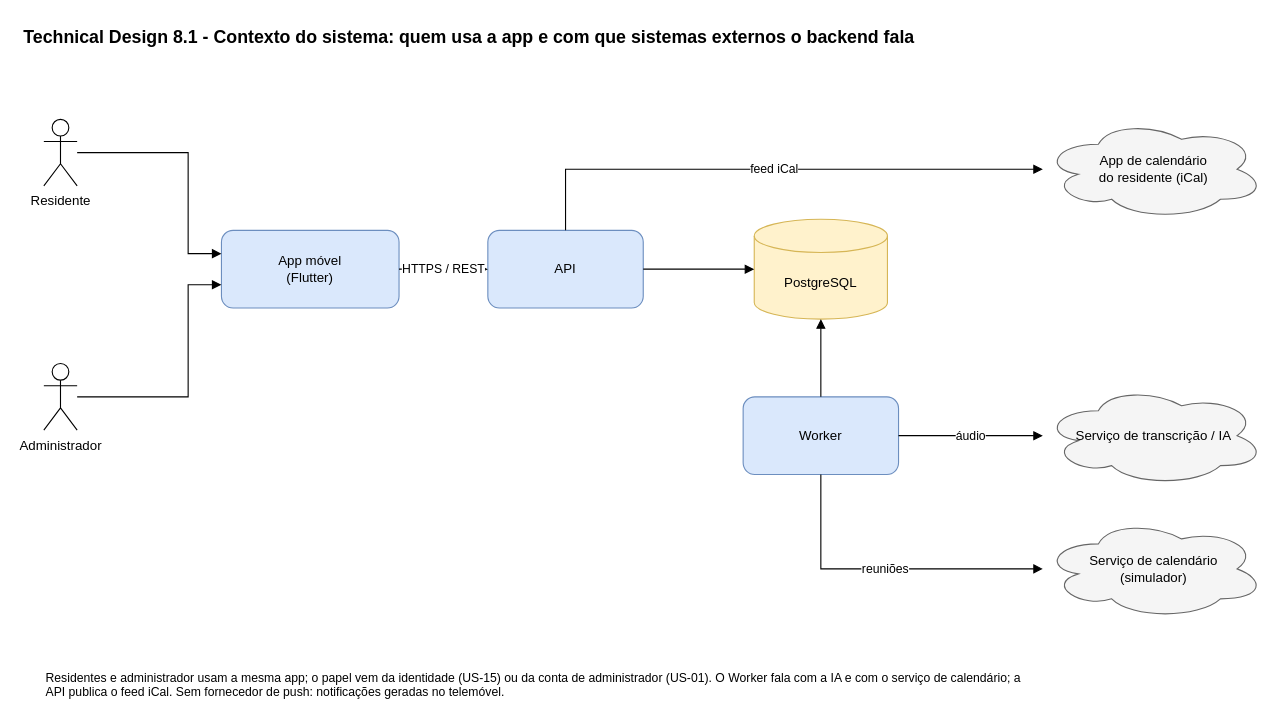
The draw.io diagram page "1. Contexto do sistema" (1 of 5) of docs/sprintA/technical-design.drawio in LMNSdev/LABDSOF_DOMUSCAST, before the edit. Source tidied: cells renumbered, new cells numbered last; positions are measured from the earlier drawing's top-left corner, leaving out a move shared by most shapes. Both pictures are drawn from the tidied source at 111%, with x=0, y=0 at pixel (21, 19).
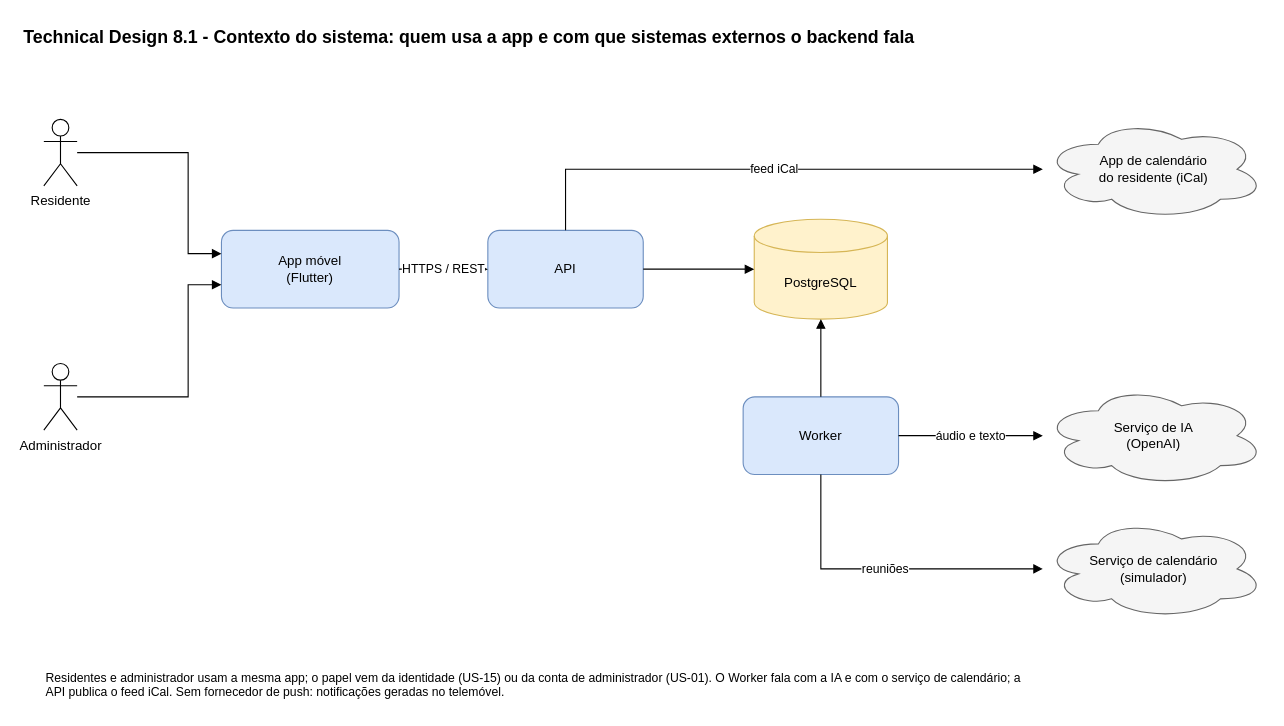
The same diagram, later.

Unchanged cells that the change refers to:
```xml
<mxCell id="8" value="Worker" style="rounded=1;whiteSpace=wrap;html=1;fillColor=#dae8fc;strokeColor=#6c8ebf;" parent="1" vertex="1">
  <mxGeometry x="650" y="340" width="140" height="70" as="geometry" />
</mxCell>
```

Diff of the diagram source:
```diff
@@
-    <mxCell id="9" value="Serviço de transcrição / IA" style="ellipse;shape=cloud;whiteSpace=wrap;html=1;fillColor=#f5f5f5;strokeColor=#666666;" parent="1" vertex="1">
+    <mxCell id="9" value="Serviço de IA&lt;br&gt;(OpenAI)" style="ellipse;shape=cloud;whiteSpace=wrap;html=1;fillColor=#f5f5f5;strokeColor=#666666;" parent="1" vertex="1">
       <mxGeometry x="920" y="330" width="200" height="90" as="geometry" />
     </mxCell>
@@
-    <mxCell id="19" value="áudio" style="html=1;rounded=0;endArrow=block;endFill=1;labelBackgroundColor=#ffffff;fontSize=11;exitX=1.0000;exitY=0.5000;exitDx=0;exitDy=0;exitPerimeter=0;entryX=0.0000;entryY=0.5000;entryDx=0;entryDy=0;entryPerimeter=0;" parent="1" edge="1" source="8" target="9">
+    <mxCell id="19" value="áudio e texto" style="html=1;rounded=0;endArrow=block;endFill=1;labelBackgroundColor=#ffffff;fontSize=11;exitX=1.0000;exitY=0.5000;exitDx=0;exitDy=0;exitPerimeter=0;entryX=0.0000;entryY=0.5000;entryDx=0;entryDy=0;entryPerimeter=0;" parent="1" edge="1" source="8" target="9">
       <mxGeometry relative="1" as="geometry" />
     </mxCell>
```
